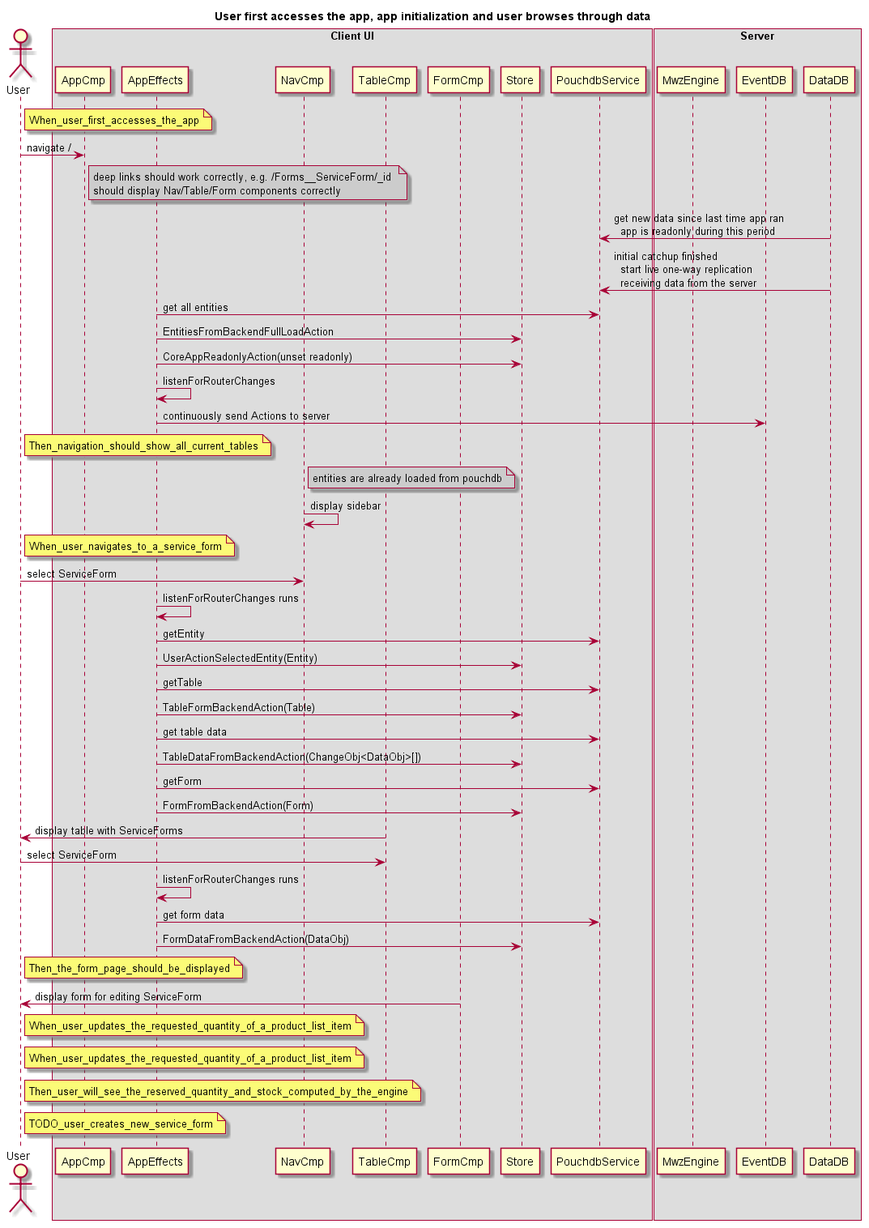
Above: docs/img/docs/init_and_view_flows.png in formuladb/poc1 (PlantUML), before the change. The source it was exported from:
```plantuml
@startuml init_and_view_flows

title User first accesses the app, app initialization and user browses through data

actor User
box "Client UI"
    participant AppCmp
    participant AppEffects
    participant NavCmp
    participant TableCmp
    participant FormCmp
    participant Store
    participant PouchdbService
end box
box "Server"
    participant MwzEngine
    participant EventDB
    participant DataDB
end box

note right of User: When_user_first_accesses_the_app
User -> AppCmp: navigate /
note right of AppCmp #CCCCCC
deep links should work correctly, e.g. /Forms__ServiceForm/_id
should display Nav/Table/Form components correctly
end note

PouchdbService <- DataDB: get new data since last time app ran\n  app is readonly during this period
PouchdbService <- DataDB: initial catchup finished\n  start live one-way replication\n  receiving data from the server

AppEffects -> PouchdbService: get all entities
AppEffects -> Store: EntitiesFromBackendFullLoadAction
AppEffects -> Store: CoreAppReadonlyAction(unset readonly)
AppEffects -> AppEffects: listenForRouterChanges
AppEffects -> EventDB: continuously send Actions to server

note right of User: Then_navigation_should_show_all_current_tables
note right of NavCmp #CCCCCC: entities are already loaded from pouchdb
NavCmp -> NavCmp: display sidebar

note right of User: When_user_navigates_to_a_service_form

User -> NavCmp: select ServiceForm
AppEffects -> AppEffects: listenForRouterChanges runs
AppEffects -> PouchdbService: getEntity
AppEffects -> Store: UserActionSelectedEntity(Entity)
AppEffects -> PouchdbService: getTable
AppEffects -> Store: TableFormBackendAction(Table)
AppEffects -> PouchdbService: get table data
AppEffects -> Store: TableDataFromBackendAction(ChangeObj<DataObj>[])
AppEffects -> PouchdbService: getForm
AppEffects -> Store: FormFromBackendAction(Form)

User <- TableCmp: display table with ServiceForms
User -> TableCmp: select ServiceForm

AppEffects -> AppEffects: listenForRouterChanges runs
AppEffects -> PouchdbService: get form data
AppEffects -> Store: FormDataFromBackendAction(DataObj)

note right of User: Then_the_form_page_should_be_displayed
User <- FormCmp: display form for editing ServiceForm

note right of User: When_user_updates_the_requested_quantity_of_a_product_list_item
note right of User: When_user_updates_the_requested_quantity_of_a_product_list_item
note right of User: Then_user_will_see_the_reserved_quantity_and_stock_computed_by_the_engine
note right of User: TODO_user_creates_new_service_form

@enduml
```
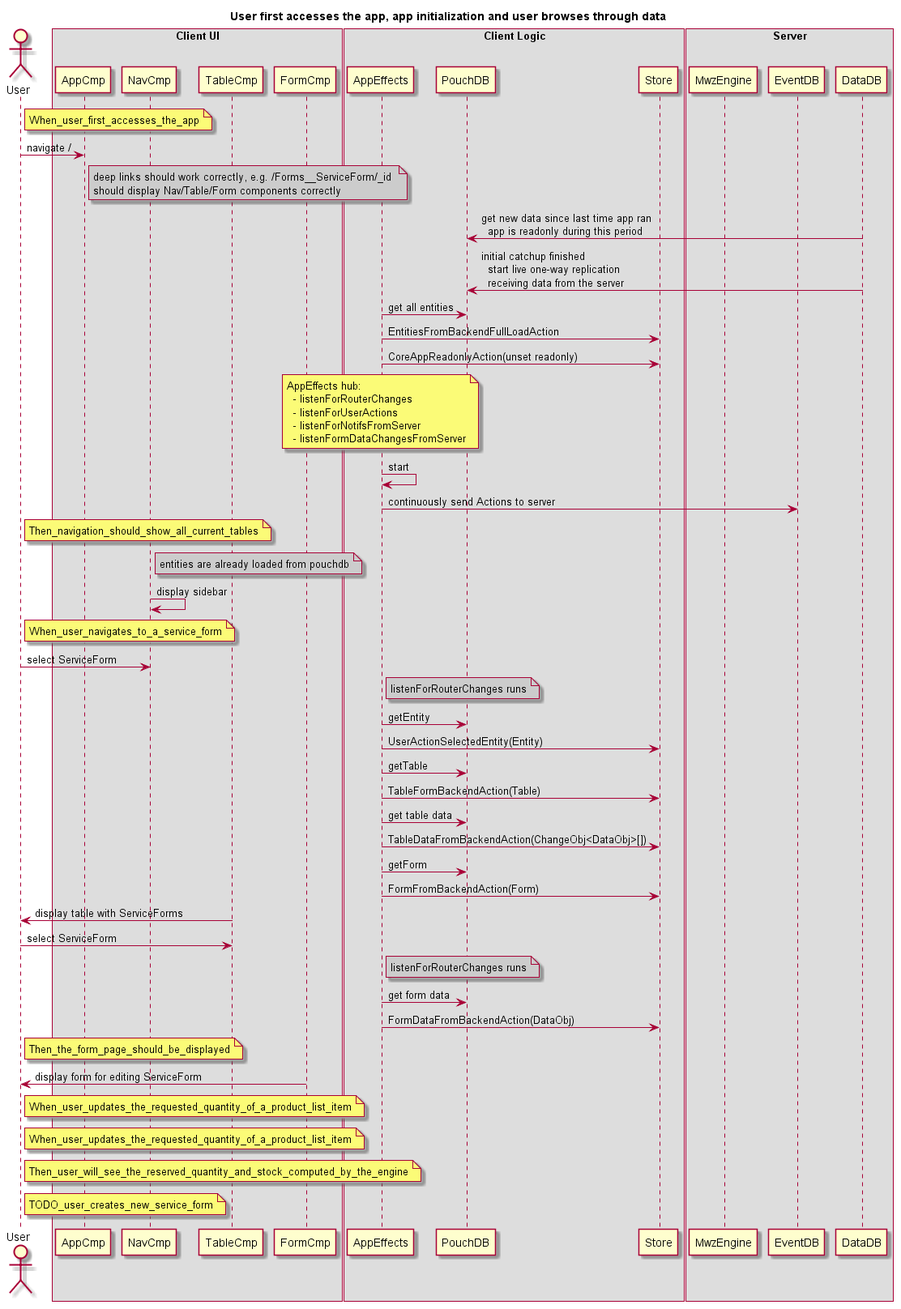
After the commit.

Diff of the diagram source:
```diff
@@ -5,12 +5,14 @@
 actor User
 box "Client UI"
     participant AppCmp
-    participant AppEffects
     participant NavCmp
     participant TableCmp
     participant FormCmp
+end box
+box "Client Logic"
+    participant AppEffects
+    participant PouchDB
     participant Store
-    participant PouchdbService
 end box
 box "Server"
     participant MwzEngine
@@ -25,13 +27,20 @@
 should display Nav/Table/Form components correctly
 end note
 
-PouchdbService <- DataDB: get new data since last time app ran\n  app is readonly during this period
-PouchdbService <- DataDB: initial catchup finished\n  start live one-way replication\n  receiving data from the server
+PouchDB <- DataDB: get new data since last time app ran\n  app is readonly during this period
+PouchDB <- DataDB: initial catchup finished\n  start live one-way replication\n  receiving data from the server
 
-AppEffects -> PouchdbService: get all entities
+AppEffects -> PouchDB: get all entities
 AppEffects -> Store: EntitiesFromBackendFullLoadAction
 AppEffects -> Store: CoreAppReadonlyAction(unset readonly)
-AppEffects -> AppEffects: listenForRouterChanges
+note over AppEffects
+AppEffects hub:
+  - listenForRouterChanges
+  - listenForUserActions
+  - listenForNotifsFromServer
+  - listenFormDataChangesFromServer
+end note
+AppEffects -> AppEffects: start
 AppEffects -> EventDB: continuously send Actions to server
 
 note right of User: Then_navigation_should_show_all_current_tables
@@ -41,21 +50,21 @@
 note right of User: When_user_navigates_to_a_service_form
 
 User -> NavCmp: select ServiceForm
-AppEffects -> AppEffects: listenForRouterChanges runs
-AppEffects -> PouchdbService: getEntity
+note right of AppEffects #CCCCCC: listenForRouterChanges runs
+AppEffects -> PouchDB: getEntity
 AppEffects -> Store: UserActionSelectedEntity(Entity)
-AppEffects -> PouchdbService: getTable
+AppEffects -> PouchDB: getTable
 AppEffects -> Store: TableFormBackendAction(Table)
-AppEffects -> PouchdbService: get table data
+AppEffects -> PouchDB: get table data
 AppEffects -> Store: TableDataFromBackendAction(ChangeObj<DataObj>[])
-AppEffects -> PouchdbService: getForm
+AppEffects -> PouchDB: getForm
 AppEffects -> Store: FormFromBackendAction(Form)
 
 User <- TableCmp: display table with ServiceForms
 User -> TableCmp: select ServiceForm
 
-AppEffects -> AppEffects: listenForRouterChanges runs
-AppEffects -> PouchdbService: get form data
+note right of AppEffects #CCCCCC: listenForRouterChanges runs
+AppEffects -> PouchDB: get form data
 AppEffects -> Store: FormDataFromBackendAction(DataObj)
 
 note right of User: Then_the_form_page_should_be_displayed
```
